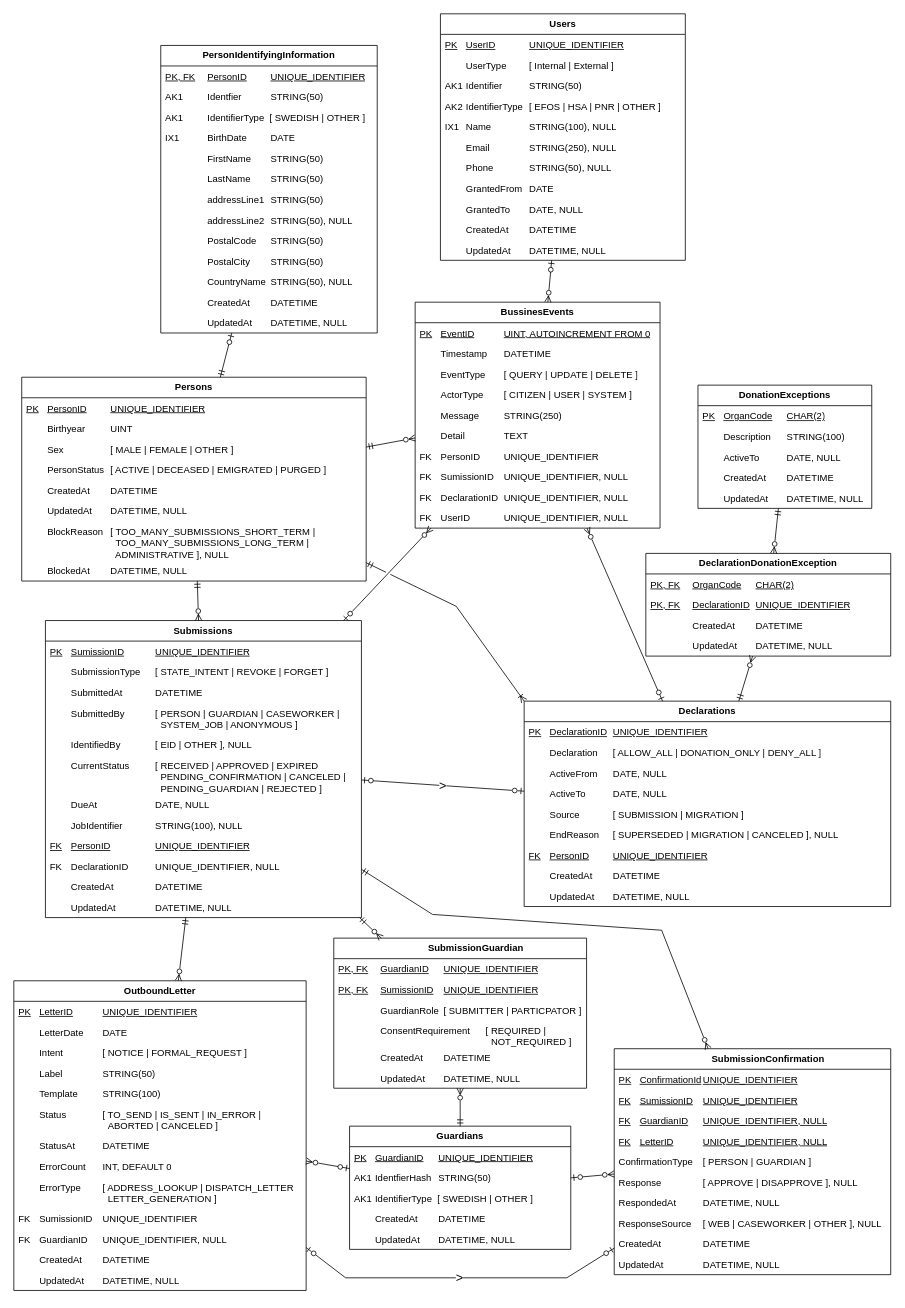
Above: page "Stående Logisk modell" (8 of 9) of Donationsregister.drawio in bhagqvist-consid/ICD11 (draw.io), before the change. Source tidied: cells renumbered, new cells numbered last; positions are measured from the earlier drawing's top-left corner, leaving out a move shared by most shapes. Both pictures are drawn from the tidied source at 79%, with x=0, y=0 at pixel (13, 13).
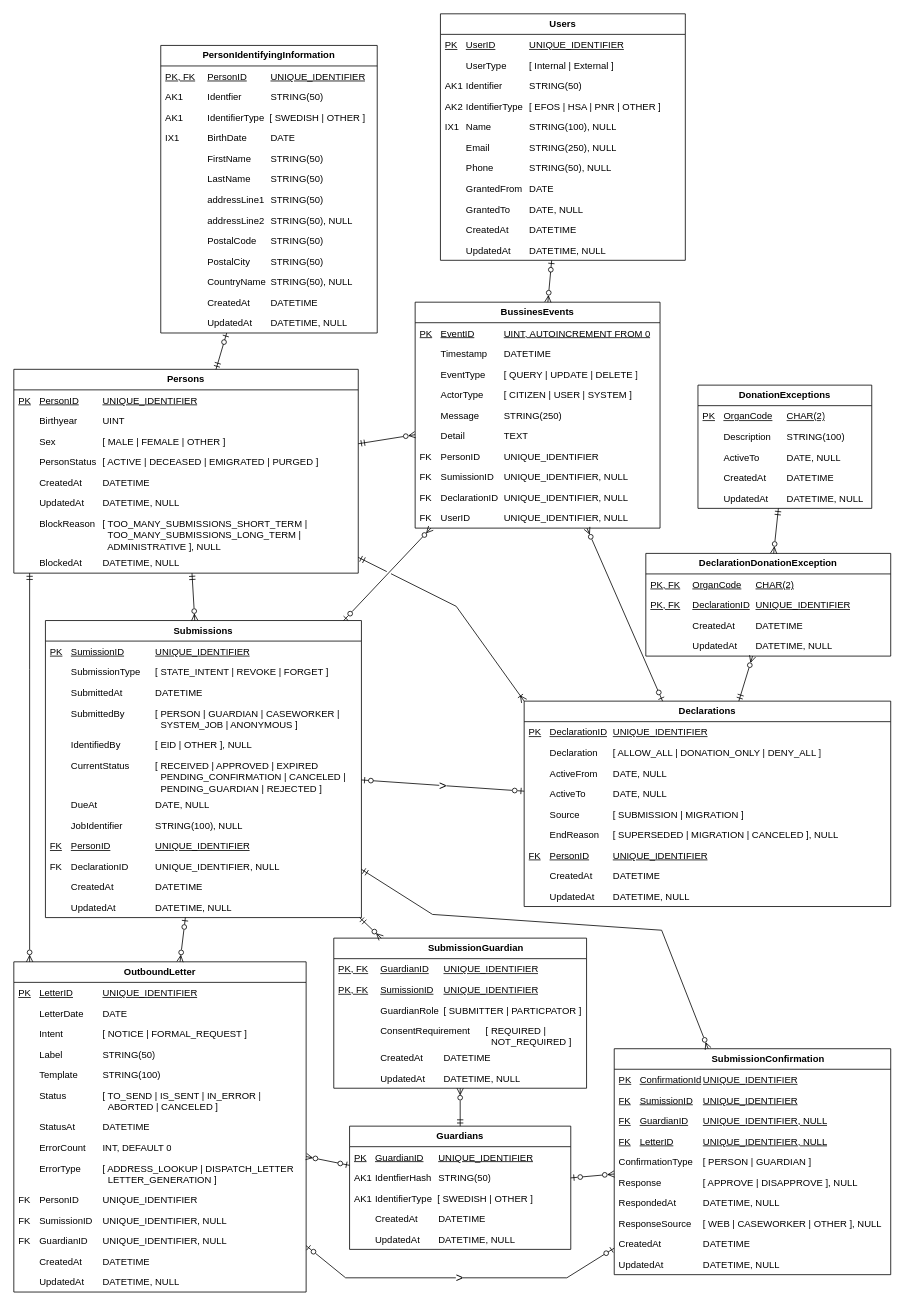
The same page after the edit.

Unchanged cells that the change refers to:
```xml
<mxCell id="11" value="Submissions" style="swimlane;fontStyle=1;horizontal=1;startSize=26;fillColor=none;whiteSpace=wrap;html=1;" parent="1" vertex="1">
  <mxGeometry x="40" y="768" width="400" height="376" as="geometry" />
</mxCell>
```

Change to the diagram source:
```diff
@@
     <mxCell id="2" value="Persons" style="swimlane;fontStyle=1;horizontal=1;startSize=26;fillColor=none;whiteSpace=wrap;html=1;" parent="1" vertex="1">
-      <mxGeometry x="10" y="460" width="436" height="258" as="geometry" />
+      <mxGeometry y="450" width="436" height="258" as="geometry" />
     </mxCell>
@@
     <mxCell id="48" value="OutboundLetter" style="swimlane;fontStyle=1;horizontal=1;startSize=26;fillColor=none;whiteSpace=wrap;html=1;" parent="1" vertex="1">
-      <mxGeometry y="1224" width="370" height="392" as="geometry" />
+      <mxGeometry y="1200" width="370" height="418" as="geometry" />
     </mxCell>
@@
+    <mxCell id="137" value="FK&lt;span style=&quot;white-space: pre;&quot;&gt;&#9;&lt;/span&gt;PersonID&lt;span style=&quot;white-space: pre;&quot;&gt;&#9;&lt;/span&gt;&lt;span style=&quot;white-space: pre;&quot;&gt;&#9;&lt;/span&gt;UNIQUE_IDENTIFIER" style="text;strokeColor=none;fillColor=none;align=left;verticalAlign=top;spacingLeft=4;spacingRight=4;overflow=hidden;whiteSpace=wrap;html=1;fontStyle=0;" parent="48" vertex="1">
+      <mxGeometry y="288" width="370" height="26" as="geometry" />
+    </mxCell>
-    <mxCell id="58" value="FK&lt;span style=&quot;white-space: pre;&quot;&gt;&#9;&lt;/span&gt;SumissionID&lt;span style=&quot;white-space: pre;&quot;&gt;&#9;&lt;/span&gt;UNIQUE_IDENTIFIER" style="text;strokeColor=none;fillColor=none;align=left;verticalAlign=top;spacingLeft=4;spacingRight=4;overflow=hidden;whiteSpace=wrap;html=1;fontStyle=0;" parent="48" vertex="1">
-      <mxGeometry y="288" width="370" height="26" as="geometry" />
+    <mxCell id="58" value="FK&lt;span style=&quot;white-space: pre;&quot;&gt;&#9;&lt;/span&gt;SumissionID&lt;span style=&quot;white-space: pre;&quot;&gt;&#9;&lt;/span&gt;UNIQUE_IDENTIFIER, NULL" style="text;strokeColor=none;fillColor=none;align=left;verticalAlign=top;spacingLeft=4;spacingRight=4;overflow=hidden;whiteSpace=wrap;html=1;fontStyle=0;" parent="48" vertex="1">
+      <mxGeometry y="314" width="370" height="26" as="geometry" />
     </mxCell>
     <mxCell id="59" value="FK&lt;span style=&quot;white-space: pre;&quot;&gt;&#9;&lt;/span&gt;GuardianID&lt;span style=&quot;white-space: pre;&quot;&gt;&#9;&lt;/span&gt;UNIQUE_IDENTIFIER, NULL" style="text;strokeColor=none;fillColor=none;align=left;verticalAlign=top;spacingLeft=4;spacingRight=4;overflow=hidden;whiteSpace=wrap;html=1;fontStyle=0;" parent="48" vertex="1">
-      <mxGeometry y="314" width="370" height="26" as="geometry" />
+      <mxGeometry y="340" width="370" height="26" as="geometry" />
     </mxCell>
     <mxCell id="60" value="&lt;span style=&quot;white-space: pre;&quot;&gt;&#9;&lt;/span&gt;CreatedAt&amp;nbsp; &lt;span style=&quot;white-space: pre;&quot;&gt;&#9;&lt;/span&gt;DATETIME" style="text;strokeColor=none;fillColor=none;align=left;verticalAlign=top;spacingLeft=4;spacingRight=4;overflow=hidden;whiteSpace=wrap;html=1;" parent="48" vertex="1">
-      <mxGeometry y="340" width="370" height="26" as="geometry" />
+      <mxGeometry y="366" width="370" height="26" as="geometry" />
     </mxCell>
     <mxCell id="61" value="&lt;span style=&quot;white-space: pre;&quot;&gt;&#9;&lt;/span&gt;UpdatedAt&amp;nbsp; &lt;span style=&quot;white-space: pre;&quot;&gt;&#9;&lt;/span&gt;DATETIME, NULL" style="text;strokeColor=none;fillColor=none;align=left;verticalAlign=top;spacingLeft=4;spacingRight=4;overflow=hidden;whiteSpace=wrap;html=1;" parent="48" vertex="1">
-      <mxGeometry y="366" width="370" height="26" as="geometry" />
+      <mxGeometry y="392" width="370" height="26" as="geometry" />
     </mxCell>
@@
-    <mxCell id="115" style="fontSize=12;html=1;endArrow=ERmandOne;startArrow=ERzeroToMany;rounded=0;startFill=0;endFill=0;" parent="1" edge="1" source="48" target="11">
+    <mxCell id="115" style="fontSize=12;html=1;endArrow=ERzeroToOne;startArrow=ERzeroToMany;rounded=0;startFill=0;endFill=0;" parent="1" edge="1" source="48" target="11">
       <mxGeometry relative="1" as="geometry" />
     </mxCell>
@@
+    <mxCell id="138" style="fontSize=12;html=1;endArrow=ERmandOne;startArrow=ERzeroToMany;rounded=0;startFill=0;endFill=0;edgeStyle=orthogonalEdgeStyle;" parent="1" edge="1" source="48" target="2">
+      <mxGeometry relative="1" as="geometry">
+        <Array as="points">
+          <mxPoint x="20" y="830" />
+          <mxPoint x="20" y="830" />
+        </Array>
+      </mxGeometry>
+    </mxCell>
```
